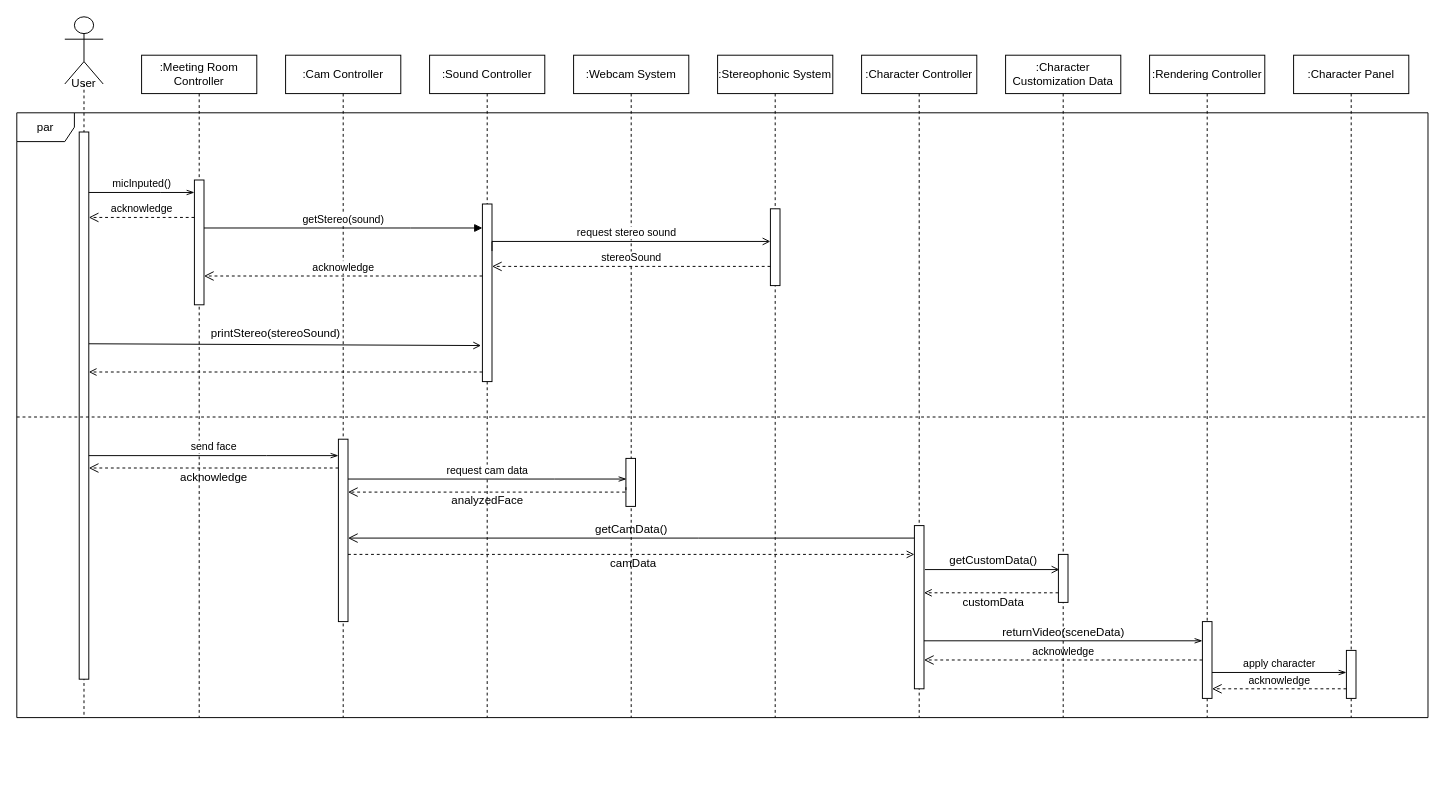
Earlier version of the draw.io diagram SD7(1).drawio (ONFFLine/Diagram). Source tidied: cells renumbered, new cells numbered last; positions are measured from the earlier drawing's top-left corner, leaving out a move shared by most shapes. Both pictures are drawn from the tidied source at 96%, with x=0, y=0 at pixel (16, 16).
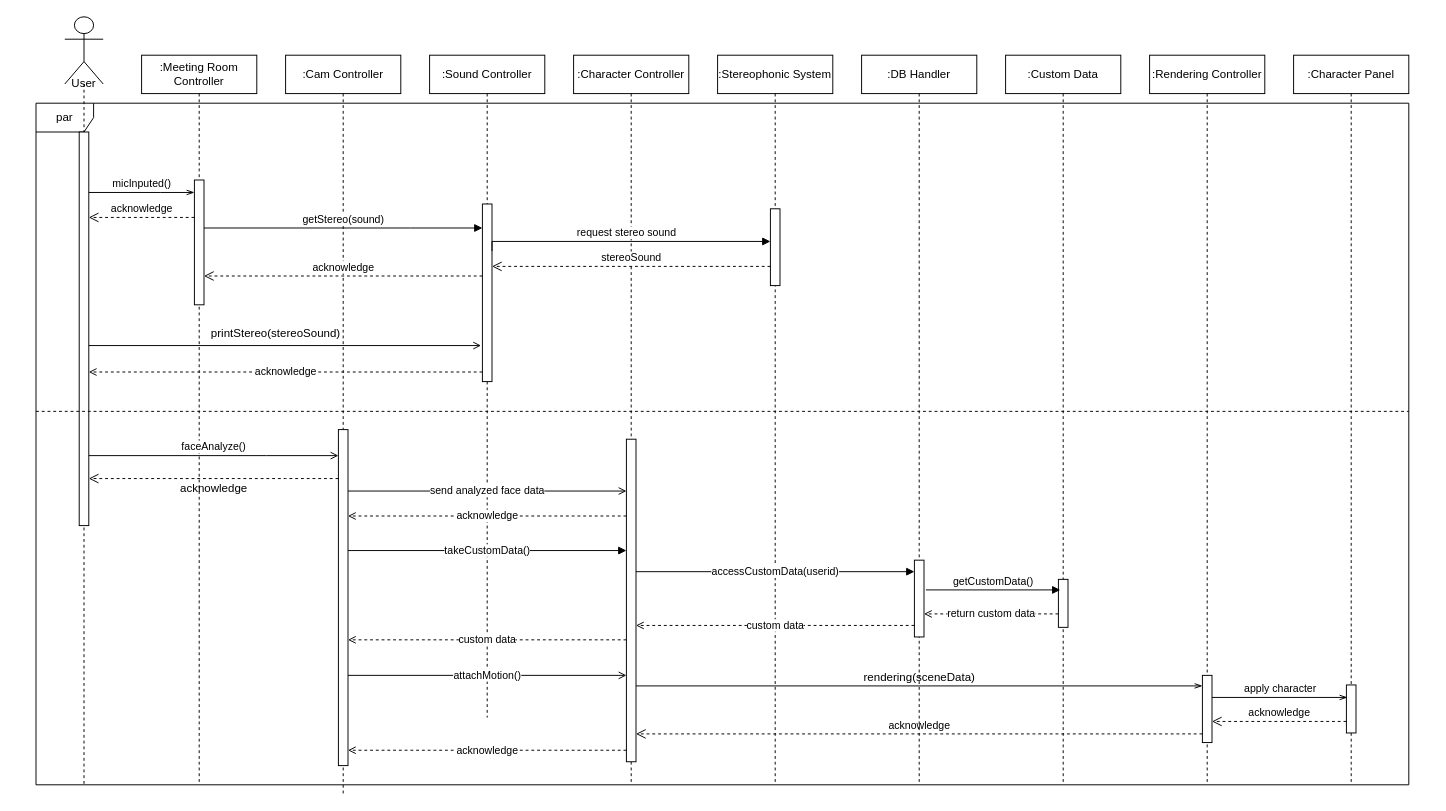
After the change.

The change refers to these unchanged cells:
```xml
<mxCell id="8" style="html=1;points=[];perimeter=orthogonalPerimeter;" parent="7" vertex="1">
  <mxGeometry x="55" y="155" width="10" height="185" as="geometry" />
</mxCell>
```

What changed in the source:
```diff
@@
     <mxCell id="2" value="par" style="shape=umlFrame;whiteSpace=wrap;html=1;" parent="1" vertex="1">
-      <mxGeometry y="100" width="1470" height="630" as="geometry" />
+      <mxGeometry x="20" y="90" width="1430" height="710" as="geometry" />
     </mxCell>
     <mxCell id="3" value=":Meeting Room Controller" style="shape=umlLifeline;perimeter=lifelinePerimeter;whiteSpace=wrap;html=1;" parent="1" vertex="1">
-      <mxGeometry x="130" y="40" width="120" height="690" as="geometry" />
+      <mxGeometry x="130" y="40" width="120" height="760" as="geometry" />
     </mxCell>
@@
     <mxCell id="5" value=":Cam Controller" style="shape=umlLifeline;perimeter=lifelinePerimeter;whiteSpace=wrap;html=1;" parent="1" vertex="1">
-      <mxGeometry x="280" y="40" width="120" height="690" as="geometry" />
+      <mxGeometry x="280" y="40" width="120" height="770" as="geometry" />
     </mxCell>
     <mxCell id="6" style="html=1;points=[];perimeter=orthogonalPerimeter;" parent="5" vertex="1">
-      <mxGeometry x="55" y="400" width="10" height="190" as="geometry" />
+      <mxGeometry x="55" y="390" width="10" height="350" as="geometry" />
     </mxCell>
@@
-    <mxCell id="9" value=":Webcam System" style="shape=umlLifeline;perimeter=lifelinePerimeter;whiteSpace=wrap;html=1;" parent="1" vertex="1">
-      <mxGeometry x="580" y="40" width="120" height="690" as="geometry" />
-    </mxCell>
-    <mxCell id="10" style="html=1;perimeter=orthogonalPerimeter;" parent="9" vertex="1">
-      <mxGeometry x="54.5" y="420" width="10" height="50" as="geometry" />
-    </mxCell>
     <mxCell id="11" value=":Stereophonic System" style="shape=umlLifeline;perimeter=lifelinePerimeter;whiteSpace=wrap;html=1;" parent="1" vertex="1">
-      <mxGeometry x="730" y="40" width="120" height="690" as="geometry" />
+      <mxGeometry x="730" y="40" width="120" height="760" as="geometry" />
     </mxCell>
@@
     <mxCell id="13" value=":Character Controller" style="shape=umlLifeline;perimeter=lifelinePerimeter;whiteSpace=wrap;html=1;" parent="1" vertex="1">
-      <mxGeometry x="880" y="40" width="120" height="690" as="geometry" />
+      <mxGeometry x="580" y="40" width="120" height="760" as="geometry" />
     </mxCell>
     <mxCell id="14" style="html=1;points=[];perimeter=orthogonalPerimeter;" parent="13" vertex="1">
-      <mxGeometry x="55" y="490" width="10" height="170" as="geometry" />
+      <mxGeometry x="55" y="400" width="10" height="336" as="geometry" />
     </mxCell>
     <mxCell id="15" style="shape=umlLifeline;participant=umlActor;perimeter=lifelinePerimeter;whiteSpace=wrap;html=1;verticalAlign=top;spacingTop=36;size=70;" parent="1" vertex="1">
-      <mxGeometry x="50" width="40" height="730" as="geometry" />
+      <mxGeometry x="50" width="40" height="800" as="geometry" />
     </mxCell>
     <mxCell id="16" style="html=1;points=[];perimeter=orthogonalPerimeter;" parent="15" vertex="1">
-      <mxGeometry x="15" y="120" width="10" height="570" as="geometry" />
+      <mxGeometry x="15" y="120" width="10" height="410" as="geometry" />
     </mxCell>
@@
-    <mxCell id="23" value="send face" style="html=1;verticalAlign=bottom;endArrow=openThin;rounded=0;edgeStyle=orthogonalEdgeStyle;endFill=0;" parent="1" edge="1">
+    <mxCell id="23" value="faceAnalyze()" style="html=1;verticalAlign=bottom;endArrow=open;rounded=0;edgeStyle=orthogonalEdgeStyle;endFill=0;" parent="1" edge="1">
       <mxGeometry relative="1" as="geometry">
         <mxPoint x="75" y="457.1" as="sourcePoint" />
         <mxPoint x="335" y="457.1" as="targetPoint" />
         <Array as="points">
           <mxPoint x="260" y="457" />
           <mxPoint x="260" y="457" />
         </Array>
       </mxGeometry>
     </mxCell>
-    <mxCell id="24" value="request cam data" style="html=1;verticalAlign=bottom;endArrow=openThin;rounded=0;edgeStyle=orthogonalEdgeStyle;endFill=0;" parent="1" edge="1">
-      <mxGeometry relative="1" as="geometry">
-        <mxPoint x="345" y="481.5" as="sourcePoint" />
-        <mxPoint x="635" y="481.5" as="targetPoint" />
-        <Array as="points">
-          <mxPoint x="560" y="481.5" />
-          <mxPoint x="560" y="481.5" />
-        </Array>
-      </mxGeometry>
-    </mxCell>
-    <mxCell id="25" style="html=1;verticalAlign=bottom;endArrow=open;dashed=1;endSize=8;rounded=0;edgeStyle=orthogonalEdgeStyle;" parent="1" edge="1" source="6" target="16">
+    <mxCell id="25" style="html=1;verticalAlign=bottom;endArrow=open;dashed=1;endSize=8;rounded=0;edgeStyle=orthogonalEdgeStyle;" parent="1" edge="1">
       <mxGeometry relative="1" as="geometry">
+        <mxPoint x="335" y="481" as="sourcePoint" />
+        <mxPoint x="75" y="481" as="targetPoint" />
         <Array as="points">
-          <mxPoint x="280" y="470" />
-          <mxPoint x="280" y="470" />
+          <mxPoint x="280" y="481" />
+          <mxPoint x="280" y="481" />
         </Array>
       </mxGeometry>
     </mxCell>
     <mxCell id="26" value="acknowledge" style="text;html=1;align=center;verticalAlign=middle;strokeColor=none;" parent="1" vertex="1">
-      <mxGeometry x="160" y="470" width="90" height="20" as="geometry" />
+      <mxGeometry x="160" y="481" width="90" height="20" as="geometry" />
     </mxCell>
     <mxCell id="27" value=":Rendering Controller" style="shape=umlLifeline;perimeter=lifelinePerimeter;whiteSpace=wrap;html=1;" parent="1" vertex="1">
-      <mxGeometry x="1180" y="40" width="120" height="690" as="geometry" />
+      <mxGeometry x="1180" y="40" width="120" height="760" as="geometry" />
     </mxCell>
     <mxCell id="28" style="html=1;points=[];perimeter=orthogonalPerimeter;" parent="27" vertex="1">
-      <mxGeometry x="55" y="590" width="10" height="80" as="geometry" />
+      <mxGeometry x="55" y="646" width="10" height="70" as="geometry" />
     </mxCell>
     <mxCell id="29" value=":Character Panel" style="shape=umlLifeline;perimeter=lifelinePerimeter;whiteSpace=wrap;html=1;" parent="1" vertex="1">
-      <mxGeometry x="1330" y="40" width="120" height="690" as="geometry" />
+      <mxGeometry x="1330" y="40" width="120" height="760" as="geometry" />
     </mxCell>
     <mxCell id="30" style="html=1;points=[];perimeter=orthogonalPerimeter;" parent="29" vertex="1">
-      <mxGeometry x="55" y="620" width="10" height="50" as="geometry" />
+      <mxGeometry x="55" y="656" width="10" height="50" as="geometry" />
     </mxCell>
-    <mxCell id="31" style="edgeStyle=none;rounded=0;orthogonalLoop=1;jettySize=auto;html=1;dashed=1;endArrow=none;endFill=0;exitX=0;exitY=0.503;exitDx=0;exitDy=0;exitPerimeter=0;entryX=1;entryY=0.503;entryDx=0;entryDy=0;entryPerimeter=0;" parent="1" edge="1" source="2" target="2">
-      <mxGeometry relative="1" as="geometry" />
+    <mxCell id="31" style="edgeStyle=none;rounded=0;orthogonalLoop=1;jettySize=auto;html=1;dashed=1;endArrow=none;endFill=0;entryX=1;entryY=0.503;entryDx=0;entryDy=0;entryPerimeter=0;" parent="1" edge="1">
+      <mxGeometry relative="1" as="geometry">
+        <mxPoint x="20" y="411" as="sourcePoint" />
+        <mxPoint x="1450" y="411" as="targetPoint" />
+      </mxGeometry>
     </mxCell>
     <mxCell id="32" value="apply character" style="html=1;verticalAlign=bottom;endArrow=openThin;rounded=0;edgeStyle=orthogonalEdgeStyle;endFill=0;" parent="1" edge="1">
       <mxGeometry relative="1" as="geometry">
-        <mxPoint x="1245" y="683" as="sourcePoint" />
-        <mxPoint x="1385" y="683" as="targetPoint" />
+        <mxPoint x="1245" y="709" as="sourcePoint" />
+        <mxPoint x="1386" y="709" as="targetPoint" />
         <Array as="points">
-          <mxPoint x="1320" y="683" />
-          <mxPoint x="1320" y="683" />
+          <mxPoint x="1245" y="709" />
         </Array>
       </mxGeometry>
     </mxCell>
-    <mxCell id="33" value="acknowledge" style="html=1;verticalAlign=bottom;endArrow=open;dashed=1;endSize=8;rounded=0;edgeStyle=orthogonalEdgeStyle;" parent="1" edge="1" source="28" target="14">
+    <mxCell id="33" value="acknowledge" style="html=1;verticalAlign=bottom;endArrow=open;dashed=1;endSize=8;rounded=0;edgeStyle=orthogonalEdgeStyle;" parent="1" edge="1">
       <mxGeometry relative="1" as="geometry">
+        <mxPoint x="1235" y="747" as="sourcePoint" />
+        <mxPoint x="645" y="747" as="targetPoint" />
         <Array as="points">
-          <mxPoint x="1100" y="670" />
-          <mxPoint x="1100" y="670" />
+          <mxPoint x="940" y="747" />
+          <mxPoint x="940" y="747" />
         </Array>
       </mxGeometry>
     </mxCell>
-    <mxCell id="34" value="acknowledge" style="html=1;verticalAlign=bottom;endArrow=open;dashed=1;endSize=8;rounded=0;edgeStyle=orthogonalEdgeStyle;" parent="1" edge="1" source="30" target="28">
+    <mxCell id="34" value="acknowledge" style="html=1;verticalAlign=bottom;endArrow=open;dashed=1;endSize=8;rounded=0;edgeStyle=orthogonalEdgeStyle;" parent="1" edge="1">
       <mxGeometry relative="1" as="geometry">
+        <mxPoint x="1385" y="734" as="sourcePoint" />
+        <mxPoint x="1245" y="734" as="targetPoint" />
         <Array as="points">
-          <mxPoint x="1310" y="700" />
-          <mxPoint x="1310" y="700" />
+          <mxPoint x="1320" y="734" />
+          <mxPoint x="1320" y="734" />
         </Array>
       </mxGeometry>
     </mxCell>
-    <mxCell id="35" style="html=1;verticalAlign=bottom;endArrow=open;dashed=1;endSize=8;rounded=0;edgeStyle=orthogonalEdgeStyle;" parent="1" edge="1">
-      <mxGeometry relative="1" as="geometry">
-        <mxPoint x="634.5" y="490" as="sourcePoint" />
-        <mxPoint x="345" y="495.1" as="targetPoint" />
-        <Array as="points">
-          <mxPoint x="634" y="490" />
-          <mxPoint x="634" y="495" />
-        </Array>
-      </mxGeometry>
-    </mxCell>
-    <mxCell id="36" value="analyzedFace" style="text;html=1;align=center;verticalAlign=middle;strokeColor=none;" parent="1" vertex="1">
-      <mxGeometry x="445" y="494" width="90" height="20" as="geometry" />
-    </mxCell>
-    <mxCell id="37" style="edgeStyle=orthogonalEdgeStyle;rounded=0;orthogonalLoop=1;jettySize=auto;html=1;endArrow=open;endFill=0;dashed=1;" parent="1" edge="1">
-      <mxGeometry relative="1" as="geometry">
-        <mxPoint x="345" y="560" as="sourcePoint" />
-        <mxPoint x="935" y="560" as="targetPoint" />
-        <Array as="points">
-          <mxPoint x="650" y="560" />
-          <mxPoint x="650" y="560" />
-        </Array>
-      </mxGeometry>
-    </mxCell>
-    <mxCell id="38" value="getCamData()" style="text;html=1;align=center;verticalAlign=middle;strokeColor=none;" parent="1" vertex="1">
-      <mxGeometry x="595" y="524" width="90" height="20" as="geometry" />
-    </mxCell>
-    <mxCell id="39" style="html=1;verticalAlign=bottom;endArrow=open;endSize=8;rounded=0;edgeStyle=orthogonalEdgeStyle;" parent="1" edge="1">
-      <mxGeometry relative="1" as="geometry">
-        <mxPoint x="935" y="543" as="sourcePoint" />
-        <mxPoint x="345" y="543" as="targetPoint" />
-        <Array as="points">
-          <mxPoint x="710" y="543" />
-          <mxPoint x="710" y="543" />
-        </Array>
-      </mxGeometry>
-    </mxCell>
-    <mxCell id="40" value="request stereo sound" style="html=1;verticalAlign=bottom;endArrow=open;rounded=0;edgeStyle=orthogonalEdgeStyle;endFill=0;" parent="1" edge="1">
+    <mxCell id="40" value="request stereo sound" style="html=1;verticalAlign=bottom;endArrow=block;rounded=0;edgeStyle=orthogonalEdgeStyle;endFill=1;" parent="1" edge="1">
       <mxGeometry relative="1" as="geometry">
         <mxPoint x="495" y="244" as="sourcePoint" />
         <mxPoint x="785" y="234" as="targetPoint" />
         <Array as="points">
           <mxPoint x="495" y="234" />
         </Array>
       </mxGeometry>
     </mxCell>
-    <mxCell id="41" value="&lt;span style=&quot;font-size: 12px&quot;&gt;returnVideo(sceneData)&lt;/span&gt;" style="html=1;verticalAlign=bottom;endArrow=openThin;rounded=0;edgeStyle=orthogonalEdgeStyle;endFill=0;" parent="1" edge="1" source="14" target="28">
+    <mxCell id="41" value="&lt;span style=&quot;font-size: 12px&quot;&gt;rendering(sceneData)&lt;/span&gt;" style="html=1;verticalAlign=bottom;endArrow=openThin;rounded=0;edgeStyle=orthogonalEdgeStyle;endFill=0;" parent="1" edge="1">
       <mxGeometry relative="1" as="geometry">
+        <mxPoint x="645" y="697" as="sourcePoint" />
+        <mxPoint x="1235" y="697" as="targetPoint" />
         <Array as="points">
-          <mxPoint x="1090" y="650" />
-          <mxPoint x="1090" y="650" />
+          <mxPoint x="940" y="697" />
+          <mxPoint x="940" y="697" />
         </Array>
       </mxGeometry>
     </mxCell>
-    <mxCell id="42" style="edgeStyle=orthogonalEdgeStyle;rounded=0;jettySize=auto;html=1;dashed=1;endArrow=open;endFill=0;" parent="1" edge="1" source="8" target="16">
+    <mxCell id="42" value="acknowledge" style="edgeStyle=orthogonalEdgeStyle;rounded=0;jettySize=auto;html=1;dashed=1;endArrow=open;endFill=0;" parent="1" edge="1" source="8" target="16">
       <mxGeometry relative="1" as="geometry">
         <Array as="points">
           <mxPoint x="240" y="370" />
           <mxPoint x="240" y="370" />
         </Array>
       </mxGeometry>
     </mxCell>
-    <mxCell id="43" value=":Character Customization Data" style="shape=umlLifeline;perimeter=lifelinePerimeter;whiteSpace=wrap;html=1;" parent="1" vertex="1">
-      <mxGeometry x="1030" y="40" width="120" height="690" as="geometry" />
+    <mxCell id="43" value=":Custom Data" style="shape=umlLifeline;perimeter=lifelinePerimeter;whiteSpace=wrap;html=1;" parent="1" vertex="1">
+      <mxGeometry x="1030" y="40" width="120" height="760" as="geometry" />
     </mxCell>
     <mxCell id="44" style="html=1;points=[];perimeter=orthogonalPerimeter;" parent="43" vertex="1">
-      <mxGeometry x="55" y="520" width="10" height="50" as="geometry" />
+      <mxGeometry x="55" y="546" width="10" height="50" as="geometry" />
     </mxCell>
-    <mxCell id="45" style="html=1;verticalAlign=bottom;endArrow=open;rounded=0;edgeStyle=orthogonalEdgeStyle;endFill=0;" parent="1" edge="1">
+    <mxCell id="45" value="getCustomData()" style="html=1;verticalAlign=bottom;endArrow=block;rounded=0;edgeStyle=orthogonalEdgeStyle;endFill=1;" parent="1" edge="1">
       <mxGeometry relative="1" as="geometry">
-        <mxPoint x="946" y="575.8" as="sourcePoint" />
-        <mxPoint x="1086" y="575.8" as="targetPoint" />
+        <mxPoint x="947" y="597" as="sourcePoint" />
+        <mxPoint x="1087" y="597" as="targetPoint" />
         <Array as="points">
-          <mxPoint x="1021" y="575.8" />
-          <mxPoint x="1021" y="575.8" />
+          <mxPoint x="1022" y="596.9" />
+          <mxPoint x="1022" y="596.9" />
         </Array>
       </mxGeometry>
     </mxCell>
-    <mxCell id="46" style="endArrow=open;html=1;exitX=1.012;exitY=0.387;exitDx=0;exitDy=0;exitPerimeter=0;entryX=-0.141;entryY=0.797;entryDx=0;entryDy=0;entryPerimeter=0;endFill=0;" parent="1" edge="1" source="16" target="8">
+    <mxCell id="46" style="endArrow=open;html=1;entryX=-0.141;entryY=0.797;entryDx=0;entryDy=0;entryPerimeter=0;endFill=0;" parent="1" edge="1" source="16" target="8">
       <mxGeometry relative="1" as="geometry" />
     </mxCell>
@@
-    <mxCell id="48" value="camData" style="text;html=1;align=center;verticalAlign=middle;strokeColor=none;" parent="1" vertex="1">
-      <mxGeometry x="612" y="560" width="60" height="20" as="geometry" />
-    </mxCell>
-    <mxCell id="49" value="getCustomData()" style="text;html=1;align=center;verticalAlign=middle;strokeColor=none;" parent="1" vertex="1">
-      <mxGeometry x="962" y="557" width="110" height="20" as="geometry" />
-    </mxCell>
-    <mxCell id="50" style="edgeStyle=orthogonalEdgeStyle;rounded=0;jettySize=auto;html=1;dashed=1;endArrow=open;endFill=0;" parent="1" edge="1" source="44" target="14">
+    <mxCell id="50" value="return custom data" style="edgeStyle=orthogonalEdgeStyle;rounded=0;orthogonalLoop=1;jettySize=auto;html=1;dashed=1;endArrow=open;endFill=0;" parent="1" edge="1">
       <mxGeometry relative="1" as="geometry">
+        <mxPoint x="1085" y="622" as="sourcePoint" />
+        <mxPoint x="945" y="622" as="targetPoint" />
         <Array as="points">
-          <mxPoint x="990" y="600" />
-          <mxPoint x="990" y="600" />
+          <mxPoint x="1010" y="622" />
+          <mxPoint x="1010" y="622" />
         </Array>
       </mxGeometry>
     </mxCell>
-    <mxCell id="51" value="customData" style="text;html=1;align=center;verticalAlign=middle;strokeColor=none;" parent="1" vertex="1">
-      <mxGeometry x="977" y="600" width="80" height="20" as="geometry" />
-    </mxCell>
+    <mxCell id="52" value=":DB Handler" style="shape=umlLifeline;perimeter=lifelinePerimeter;whiteSpace=wrap;html=1;" parent="1" vertex="1">
+      <mxGeometry x="880" y="40" width="120" height="760" as="geometry" />
+    </mxCell>
+    <mxCell id="53" style="html=1;perimeter=orthogonalPerimeter;" parent="52" vertex="1">
+      <mxGeometry x="55" y="526" width="10" height="80" as="geometry" />
+    </mxCell>
+    <mxCell id="54" value="takeCustomData()" style="edgeStyle=orthogonalEdgeStyle;rounded=0;jettySize=auto;html=1;endArrow=block;endFill=1;" parent="1" edge="1" target="14">
+      <mxGeometry relative="1" as="geometry">
+        <mxPoint x="345" y="556" as="sourcePoint" />
+        <Array as="points">
+          <mxPoint x="490" y="556" />
+          <mxPoint x="490" y="556" />
+        </Array>
+      </mxGeometry>
+    </mxCell>
+    <mxCell id="55" value="accessCustomData(userid)" style="edgeStyle=orthogonalEdgeStyle;rounded=0;orthogonalLoop=1;jettySize=auto;html=1;endArrow=block;endFill=1;" parent="1" edge="1">
+      <mxGeometry relative="1" as="geometry">
+        <mxPoint x="645" y="578" as="sourcePoint" />
+        <mxPoint x="935" y="578" as="targetPoint" />
+        <Array as="points">
+          <mxPoint x="780" y="578" />
+          <mxPoint x="780" y="578" />
+        </Array>
+      </mxGeometry>
+    </mxCell>
+    <mxCell id="56" value="custom data" style="edgeStyle=orthogonalEdgeStyle;rounded=0;orthogonalLoop=1;jettySize=auto;html=1;dashed=1;endArrow=open;endFill=0;" parent="1" edge="1">
+      <mxGeometry relative="1" as="geometry">
+        <mxPoint x="935" y="634" as="sourcePoint" />
+        <mxPoint x="645" y="634" as="targetPoint" />
+        <Array as="points">
+          <mxPoint x="720" y="634" />
+          <mxPoint x="720" y="634" />
+        </Array>
+      </mxGeometry>
+    </mxCell>
+    <mxCell id="57" value="custom data" style="edgeStyle=orthogonalEdgeStyle;rounded=0;orthogonalLoop=1;jettySize=auto;html=1;dashed=1;endArrow=open;endFill=0;" parent="1" edge="1">
+      <mxGeometry relative="1" as="geometry">
+        <mxPoint x="635" y="649" as="sourcePoint" />
+        <mxPoint x="345" y="649" as="targetPoint" />
+        <Array as="points">
+          <mxPoint x="490" y="649" />
+          <mxPoint x="490" y="649" />
+        </Array>
+      </mxGeometry>
+    </mxCell>
+    <mxCell id="58" value="attachMotion()" style="edgeStyle=orthogonalEdgeStyle;rounded=0;jettySize=auto;html=1;endArrow=open;endFill=0;" parent="1" edge="1" target="14">
+      <mxGeometry relative="1" as="geometry">
+        <mxPoint x="345" y="686" as="sourcePoint" />
+        <Array as="points">
+          <mxPoint x="500" y="686" />
+          <mxPoint x="500" y="686" />
+        </Array>
+      </mxGeometry>
+    </mxCell>
+    <mxCell id="59" value="acknowledge" style="edgeStyle=orthogonalEdgeStyle;rounded=0;orthogonalLoop=1;jettySize=auto;html=1;dashed=1;endArrow=open;endFill=0;" parent="1" edge="1">
+      <mxGeometry relative="1" as="geometry">
+        <mxPoint x="635" y="764" as="sourcePoint" />
+        <mxPoint x="345" y="764" as="targetPoint" />
+        <Array as="points">
+          <mxPoint x="540" y="764" />
+          <mxPoint x="540" y="764" />
+        </Array>
+      </mxGeometry>
+    </mxCell>
+    <mxCell id="60" value="send analyzed face data" style="edgeStyle=orthogonalEdgeStyle;rounded=0;orthogonalLoop=1;jettySize=auto;html=1;endArrow=open;endFill=0;" parent="1" edge="1">
+      <mxGeometry relative="1" as="geometry">
+        <mxPoint x="345" y="494" as="sourcePoint" />
+        <mxPoint x="635" y="494" as="targetPoint" />
+        <Array as="points">
+          <mxPoint x="490" y="494" />
+          <mxPoint x="490" y="494" />
+        </Array>
+      </mxGeometry>
+    </mxCell>
+    <mxCell id="61" value="acknowledge" style="edgeStyle=orthogonalEdgeStyle;rounded=0;jettySize=auto;html=1;endArrow=open;endFill=0;dashed=1;" parent="1" edge="1" source="14" target="6">
+      <mxGeometry relative="1" as="geometry">
+        <Array as="points">
+          <mxPoint x="490" y="520" />
+          <mxPoint x="490" y="520" />
+        </Array>
+      </mxGeometry>
+    </mxCell>
```
